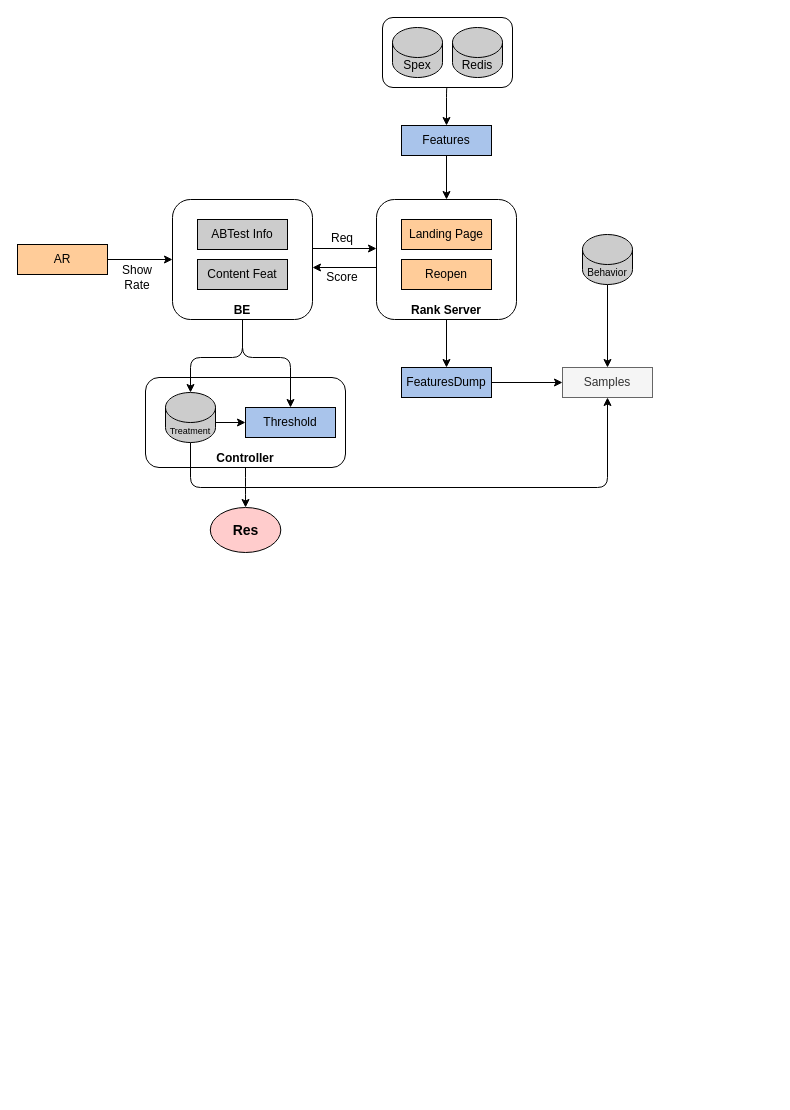
This is liveagent新架构.drawio from ChenPengyao/drawio, a draw.io file, before an edit. Source tidied: cells renumbered, new cells numbered last; positions are measured from the earlier drawing's top-left corner, leaving out a move shared by most shapes. Both pictures are drawn from the tidied source at 100%, with x=0, y=0 at pixel (17, 17).
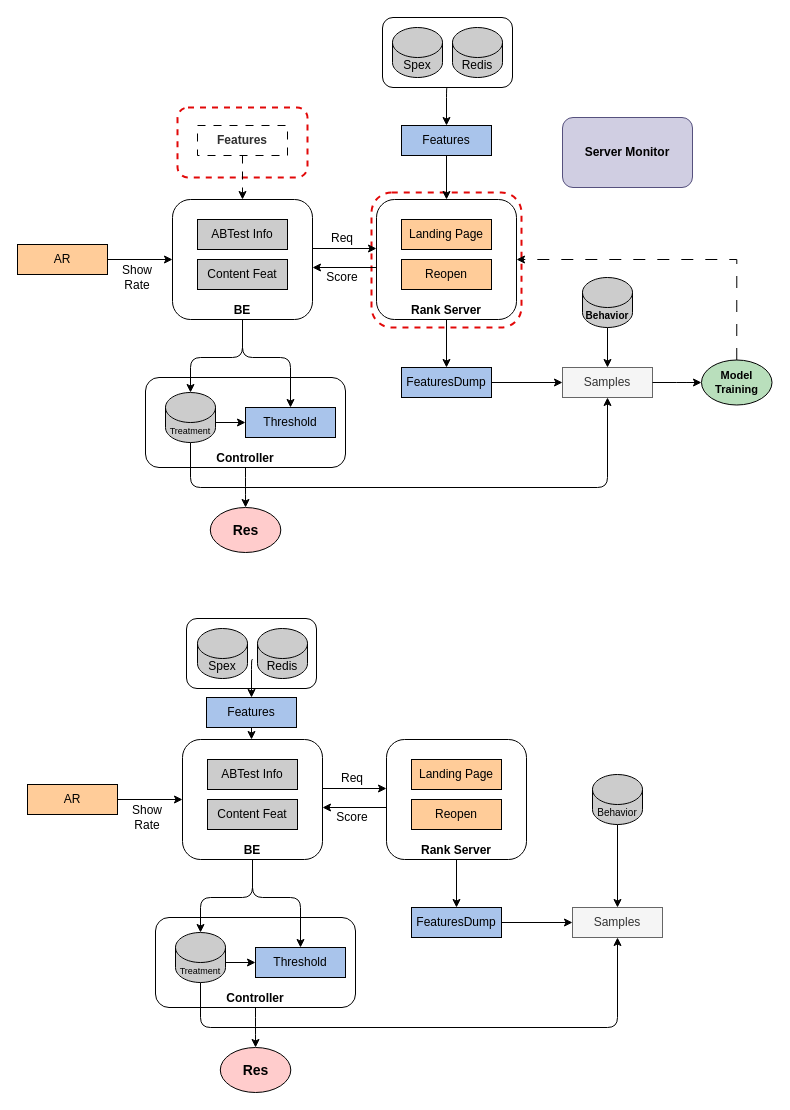
Above is the later version.

Commit message:
更新liveagent新架构.drawio

Unchanged cells that the change refers to:
```xml
<mxCell id="3" value="&lt;br&gt;&lt;br&gt;&lt;br&gt;&lt;br&gt;&lt;br&gt;&lt;br&gt;&lt;br&gt;&lt;b&gt;BE&lt;/b&gt;&lt;div style=&quot;text-align: justify;&quot;&gt;&lt;/div&gt;" style="rounded=1;whiteSpace=wrap;html=1;" parent="1" vertex="1">
  <mxGeometry x="155" y="182" width="140" height="120" as="geometry" />
</mxCell>
<mxCell id="7" value="&lt;br&gt;&lt;br&gt;&lt;br&gt;&lt;br&gt;&lt;br&gt;&lt;br&gt;&lt;br&gt;&lt;b&gt;Rank Server&lt;/b&gt;&lt;br&gt;&lt;div style=&quot;text-align: justify;&quot;&gt;&lt;/div&gt;" style="rounded=1;whiteSpace=wrap;html=1;" parent="1" vertex="1">
  <mxGeometry x="359" y="182" width="140" height="120" as="geometry" />
</mxCell>
<mxCell id="23" value="Samples" style="rounded=0;whiteSpace=wrap;html=1;fillColor=#f5f5f5;fontColor=#333333;strokeColor=#666666;" parent="1" vertex="1">
  <mxGeometry x="545" y="350" width="90" height="30" as="geometry" />
</mxCell>
```

Diff of the diagram source:
```diff
@@
+    <mxCell id="36" value="&lt;br&gt;&lt;br&gt;&lt;br&gt;&lt;br&gt;" style="rounded=1;whiteSpace=wrap;html=1;strokeColor=#e20808;dashed=1;strokeWidth=2;" parent="1" vertex="1">
+      <mxGeometry x="354" y="175" width="150" height="135" as="geometry" />
+    </mxCell>
+    <mxCell id="37" value="&lt;br&gt;&lt;br&gt;&lt;br&gt;&lt;br&gt;" style="rounded=1;whiteSpace=wrap;html=1;strokeColor=#e20808;dashed=1;strokeWidth=2;" parent="1" vertex="1">
+      <mxGeometry x="160" y="90" width="130" height="70" as="geometry" />
+    </mxCell>
+    <mxCell id="38" style="rounded=1;whiteSpace=wrap;html=1;" parent="1" vertex="1">
+      <mxGeometry x="169" y="601" width="130" height="70" as="geometry" />
+    </mxCell>
@@
-    <mxCell id="22" value="&lt;font style=&quot;font-size: 10px;&quot;&gt;Behavior&lt;/font&gt;" style="shape=cylinder3;whiteSpace=wrap;html=1;boundedLbl=1;backgroundOutline=1;size=15;fillColor=#CCCCCC;" parent="1" vertex="1">
-      <mxGeometry x="565" y="217" width="50" height="50" as="geometry" />
+    <mxCell id="22" value="&lt;font style=&quot;font-size: 10px;&quot;&gt;Behavior&lt;/font&gt;" style="shape=cylinder3;whiteSpace=wrap;html=1;boundedLbl=1;backgroundOutline=1;size=15;fillColor=#CCCCCC;fontStyle=1;" parent="1" vertex="1">
+      <mxGeometry x="565" y="260" width="50" height="50" as="geometry" />
     </mxCell>
@@
+    <mxCell id="39" style="edgeStyle=orthogonalEdgeStyle;orthogonalLoop=1;jettySize=auto;html=1;exitX=1;exitY=0.5;exitDx=0;exitDy=0;entryX=0;entryY=0.5;entryDx=0;entryDy=0;targetPerimeterSpacing=6;sourcePerimeterSpacing=6;" parent="1" edge="1">
+      <mxGeometry relative="1" as="geometry">
+        <mxPoint x="305" y="771" as="sourcePoint" />
+        <mxPoint x="369" y="771" as="targetPoint" />
+      </mxGeometry>
+    </mxCell>
+    <mxCell id="40" value="&lt;br&gt;&lt;br&gt;&lt;br&gt;&lt;br&gt;&lt;br&gt;&lt;br&gt;&lt;br&gt;&lt;b&gt;BE&lt;/b&gt;&lt;div style=&quot;text-align: justify;&quot;&gt;&lt;/div&gt;" style="rounded=1;whiteSpace=wrap;html=1;" parent="1" vertex="1">
+      <mxGeometry x="165" y="722" width="140" height="120" as="geometry" />
+    </mxCell>
+    <mxCell id="41" value="Content Feat" style="rounded=0;whiteSpace=wrap;html=1;fillColor=#CCCCCC;" parent="1" vertex="1">
+      <mxGeometry x="190" y="782" width="90" height="30" as="geometry" />
+    </mxCell>
+    <mxCell id="42" value="ABTest Info" style="rounded=0;whiteSpace=wrap;html=1;fillColor=#CCCCCC;" parent="1" vertex="1">
+      <mxGeometry x="190" y="742" width="90" height="30" as="geometry" />
+    </mxCell>
+    <mxCell id="43" style="edgeStyle=orthogonalEdgeStyle;jettySize=auto;html=1;exitX=0.5;exitY=1;exitDx=0;exitDy=0;" parent="1" edge="1" source="44" target="51">
+      <mxGeometry relative="1" as="geometry" />
+    </mxCell>
+    <mxCell id="44" value="&lt;br&gt;&lt;br&gt;&lt;br&gt;&lt;br&gt;&lt;br&gt;&lt;br&gt;&lt;br&gt;&lt;b&gt;Rank Server&lt;/b&gt;&lt;br&gt;&lt;div style=&quot;text-align: justify;&quot;&gt;&lt;/div&gt;" style="rounded=1;whiteSpace=wrap;html=1;" parent="1" vertex="1">
+      <mxGeometry x="369" y="722" width="140" height="120" as="geometry" />
+    </mxCell>
+    <mxCell id="45" style="edgeStyle=orthogonalEdgeStyle;orthogonalLoop=1;jettySize=auto;html=1;targetPerimeterSpacing=6;sourcePerimeterSpacing=6;entryX=1;entryY=0.5;entryDx=0;entryDy=0;exitX=0;exitY=0.5;exitDx=0;exitDy=0;" parent="1" edge="1">
+      <mxGeometry relative="1" as="geometry">
+        <mxPoint x="369" y="790" as="sourcePoint" />
+        <mxPoint x="305" y="790" as="targetPoint" />
+      </mxGeometry>
+    </mxCell>
+    <mxCell id="46" value="Req" style="text;html=1;strokeColor=none;fillColor=none;align=center;verticalAlign=middle;whiteSpace=wrap;rounded=0;" parent="1" vertex="1">
+      <mxGeometry x="305" y="746" width="60" height="30" as="geometry" />
+    </mxCell>
+    <mxCell id="47" value="Score" style="text;html=1;strokeColor=none;fillColor=none;align=center;verticalAlign=middle;whiteSpace=wrap;rounded=0;" parent="1" vertex="1">
+      <mxGeometry x="305" y="785" width="60" height="30" as="geometry" />
+    </mxCell>
+    <mxCell id="48" value="Landing Page" style="rounded=0;whiteSpace=wrap;html=1;fillColor=#FFCC99;" parent="1" vertex="1">
+      <mxGeometry x="394" y="742" width="90" height="30" as="geometry" />
+    </mxCell>
+    <mxCell id="49" value="Reopen" style="rounded=0;whiteSpace=wrap;html=1;fillColor=#FFCC99;" parent="1" vertex="1">
+      <mxGeometry x="394" y="782" width="90" height="30" as="geometry" />
+    </mxCell>
+    <mxCell id="50" style="edgeStyle=orthogonalEdgeStyle;jettySize=auto;html=1;exitX=1;exitY=0.5;exitDx=0;exitDy=0;entryX=0;entryY=0.5;entryDx=0;entryDy=0;" parent="1" edge="1" source="51" target="54">
+      <mxGeometry relative="1" as="geometry" />
+    </mxCell>
+    <mxCell id="51" value="FeaturesDump" style="rounded=0;whiteSpace=wrap;html=1;fillColor=#A9C4EB;" parent="1" vertex="1">
+      <mxGeometry x="394" y="890" width="90" height="30" as="geometry" />
+    </mxCell>
+    <mxCell id="52" style="edgeStyle=orthogonalEdgeStyle;jettySize=auto;html=1;exitX=0.5;exitY=1;exitDx=0;exitDy=0;exitPerimeter=0;" parent="1" edge="1" source="53" target="54">
+      <mxGeometry relative="1" as="geometry" />
+    </mxCell>
+    <mxCell id="53" value="&lt;font style=&quot;font-size: 10px;&quot;&gt;Behavior&lt;/font&gt;" style="shape=cylinder3;whiteSpace=wrap;html=1;boundedLbl=1;backgroundOutline=1;size=15;fillColor=#CCCCCC;" parent="1" vertex="1">
+      <mxGeometry x="575" y="757" width="50" height="50" as="geometry" />
+    </mxCell>
+    <mxCell id="54" value="Samples" style="rounded=0;whiteSpace=wrap;html=1;fillColor=#f5f5f5;fontColor=#333333;strokeColor=#666666;" parent="1" vertex="1">
+      <mxGeometry x="555" y="890" width="90" height="30" as="geometry" />
+    </mxCell>
+    <mxCell id="55" style="edgeStyle=orthogonalEdgeStyle;jettySize=auto;html=1;exitX=1;exitY=0.5;exitDx=0;exitDy=0;entryX=0;entryY=0.5;entryDx=0;entryDy=0;" parent="1" edge="1" source="56" target="40">
+      <mxGeometry relative="1" as="geometry" />
+    </mxCell>
+    <mxCell id="56" value="AR" style="rounded=0;whiteSpace=wrap;html=1;fillColor=#FFCC99;" parent="1" vertex="1">
+      <mxGeometry x="10" y="767" width="90" height="30" as="geometry" />
+    </mxCell>
+    <mxCell id="57" value="Show Rate" style="text;html=1;strokeColor=none;fillColor=none;align=center;verticalAlign=middle;whiteSpace=wrap;rounded=0;" parent="1" vertex="1">
+      <mxGeometry x="100" y="785" width="60" height="30" as="geometry" />
+    </mxCell>
+    <mxCell id="58" style="edgeStyle=orthogonalEdgeStyle;jettySize=auto;html=1;exitX=0.5;exitY=1;exitDx=0;exitDy=0;entryX=0.5;entryY=0;entryDx=0;entryDy=0;" parent="1" edge="1" source="59" target="66">
+      <mxGeometry relative="1" as="geometry" />
+    </mxCell>
+    <mxCell id="59" value="&lt;br&gt;&lt;br&gt;&lt;br&gt;&lt;br&gt;&lt;br&gt;&lt;b&gt;Controller&lt;/b&gt;&lt;br&gt;&lt;div style=&quot;text-align: justify;&quot;&gt;&lt;/div&gt;" style="rounded=1;whiteSpace=wrap;html=1;" parent="1" vertex="1">
+      <mxGeometry x="138" y="900" width="200" height="90" as="geometry" />
+    </mxCell>
+    <mxCell id="60" style="edgeStyle=orthogonalEdgeStyle;jettySize=auto;html=1;exitX=1;exitY=0;exitDx=0;exitDy=30;exitPerimeter=0;entryX=0;entryY=0.5;entryDx=0;entryDy=0;" parent="1" edge="1" source="62" target="63">
+      <mxGeometry relative="1" as="geometry" />
+    </mxCell>
+    <mxCell id="61" style="edgeStyle=orthogonalEdgeStyle;jettySize=auto;html=1;exitX=0.5;exitY=1;exitDx=0;exitDy=0;exitPerimeter=0;entryX=0.5;entryY=1;entryDx=0;entryDy=0;" parent="1" edge="1" source="62" target="54">
+      <mxGeometry relative="1" as="geometry">
+        <Array as="points">
+          <mxPoint x="183" y="1010" />
+          <mxPoint x="600" y="1010" />
+        </Array>
+      </mxGeometry>
+    </mxCell>
+    <mxCell id="62" value="&lt;font style=&quot;font-size: 9px;&quot;&gt;Treatment&lt;/font&gt;" style="shape=cylinder3;whiteSpace=wrap;html=1;boundedLbl=1;backgroundOutline=1;size=15;fillColor=#CCCCCC;" parent="1" vertex="1">
+      <mxGeometry x="158" y="915" width="50" height="50" as="geometry" />
+    </mxCell>
+    <mxCell id="63" value="Threshold" style="rounded=0;whiteSpace=wrap;html=1;fillColor=#A9C4EB;" parent="1" vertex="1">
+      <mxGeometry x="238" y="930" width="90" height="30" as="geometry" />
+    </mxCell>
+    <mxCell id="64" style="edgeStyle=orthogonalEdgeStyle;jettySize=auto;html=1;exitX=0.5;exitY=1;exitDx=0;exitDy=0;entryX=0.5;entryY=0;entryDx=0;entryDy=0;entryPerimeter=0;" parent="1" edge="1" source="40" target="62">
+      <mxGeometry relative="1" as="geometry">
+        <Array as="points">
+          <mxPoint x="235" y="880" />
+          <mxPoint x="183" y="880" />
+        </Array>
+      </mxGeometry>
+    </mxCell>
+    <mxCell id="65" style="edgeStyle=orthogonalEdgeStyle;jettySize=auto;html=1;exitX=0.5;exitY=1;exitDx=0;exitDy=0;entryX=0.5;entryY=0;entryDx=0;entryDy=0;" parent="1" edge="1" source="40" target="63">
+      <mxGeometry relative="1" as="geometry">
+        <Array as="points">
+          <mxPoint x="235" y="880" />
+          <mxPoint x="283" y="880" />
+        </Array>
+      </mxGeometry>
+    </mxCell>
+    <mxCell id="66" value="&lt;font style=&quot;font-size: 14px;&quot;&gt;&lt;b&gt;Res&lt;/b&gt;&lt;/font&gt;" style="ellipse;whiteSpace=wrap;html=1;fillColor=#FFCCCC;" parent="1" vertex="1">
+      <mxGeometry x="202.8" y="1030" width="70.5" height="45" as="geometry" />
+    </mxCell>
+    <mxCell id="67" style="edgeStyle=orthogonalEdgeStyle;jettySize=auto;html=1;exitX=0.5;exitY=1;exitDx=0;exitDy=0;entryX=0.5;entryY=0;entryDx=0;entryDy=0;" parent="1" edge="1" source="68">
+      <mxGeometry relative="1" as="geometry">
+        <mxPoint x="234" y="722" as="targetPoint" />
+      </mxGeometry>
+    </mxCell>
+    <mxCell id="68" value="Features" style="rounded=0;whiteSpace=wrap;html=1;fillColor=#A9C4EB;" parent="1" vertex="1">
+      <mxGeometry x="189" y="680" width="90" height="30" as="geometry" />
+    </mxCell>
+    <mxCell id="69" style="edgeStyle=orthogonalEdgeStyle;jettySize=auto;html=1;exitX=0.5;exitY=1;exitDx=0;exitDy=0;entryX=0.5;entryY=0;entryDx=0;entryDy=0;" parent="1" edge="1" target="68">
+      <mxGeometry relative="1" as="geometry">
+        <mxPoint x="235" y="642" as="sourcePoint" />
+      </mxGeometry>
+    </mxCell>
+    <mxCell id="70" value="Spex" style="shape=cylinder3;whiteSpace=wrap;html=1;boundedLbl=1;backgroundOutline=1;size=15;fillColor=#CCCCCC;" parent="1" vertex="1">
+      <mxGeometry x="180" y="611" width="50" height="50" as="geometry" />
+    </mxCell>
+    <mxCell id="71" value="Redis" style="shape=cylinder3;whiteSpace=wrap;html=1;boundedLbl=1;backgroundOutline=1;size=15;fillColor=#CCCCCC;" parent="1" vertex="1">
+      <mxGeometry x="240" y="611" width="50" height="50" as="geometry" />
+    </mxCell>
+    <mxCell id="72" value="Features" style="rounded=0;whiteSpace=wrap;html=1;dashed=1;dashPattern=8 8;fontStyle=1;fontColor=#303030;" parent="1" vertex="1">
+      <mxGeometry x="180" y="108" width="90" height="30" as="geometry" />
+    </mxCell>
+    <mxCell id="73" style="edgeStyle=orthogonalEdgeStyle;jettySize=auto;html=1;exitX=0.5;exitY=1;exitDx=0;exitDy=0;entryX=0.5;entryY=0;entryDx=0;entryDy=0;dashed=1;dashPattern=8 8;" parent="1" edge="1" source="72" target="3">
+      <mxGeometry relative="1" as="geometry" />
+    </mxCell>
+    <mxCell id="74" style="edgeStyle=orthogonalEdgeStyle;jettySize=auto;html=1;exitX=1;exitY=0.5;exitDx=0;exitDy=0;" parent="1" edge="1" source="23">
+      <mxGeometry relative="1" as="geometry">
+        <mxPoint x="684" y="365" as="targetPoint" />
+      </mxGeometry>
+    </mxCell>
+    <mxCell id="75" style="edgeStyle=orthogonalEdgeStyle;rounded=0;jettySize=auto;html=1;exitX=0.5;exitY=0;exitDx=0;exitDy=0;entryX=1;entryY=0.5;entryDx=0;entryDy=0;dashed=1;dashPattern=12 12;" parent="1" edge="1" source="76" target="7">
+      <mxGeometry relative="1" as="geometry" />
+    </mxCell>
+    <mxCell id="76" value="&lt;font style=&quot;font-size: 11px;&quot;&gt;&lt;b style=&quot;font-size: 11px;&quot;&gt;Model&lt;br style=&quot;font-size: 11px;&quot;&gt;Training&lt;br style=&quot;font-size: 11px;&quot;&gt;&lt;/b&gt;&lt;/font&gt;" style="ellipse;whiteSpace=wrap;html=1;fillColor=#b9dfbc;fontSize=11;" parent="1" vertex="1">
+      <mxGeometry x="684" y="342.5" width="70.5" height="45" as="geometry" />
+    </mxCell>
+    <mxCell id="77" value="Server Monitor" style="rounded=1;whiteSpace=wrap;html=1;fontStyle=1;fillColor=#d0cee2;strokeColor=#56517e;" parent="1" vertex="1">
+      <mxGeometry x="545" y="100" width="130" height="70" as="geometry" />
+    </mxCell>
```
